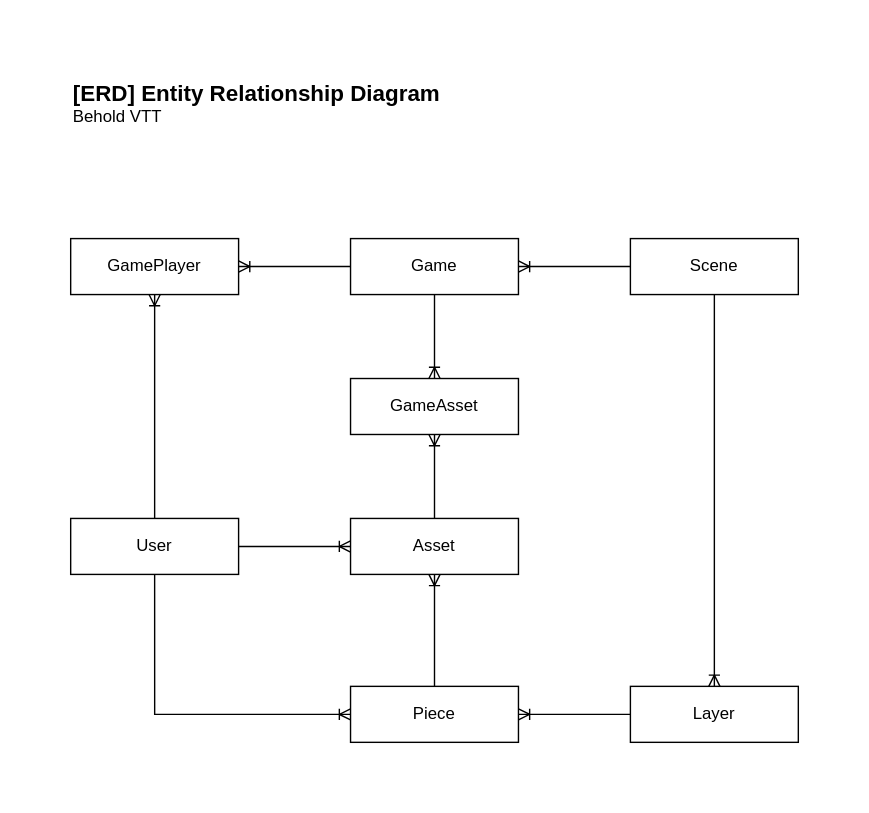
freeborough/behold keeps this draw.io diagram as doc/images/erd.drawio.svg. Above is the earlier version. Source tidied: cells renumbered, new cells last; positions are measured from the earlier drawing's top-left corner, leaving out a move shared by most shapes.
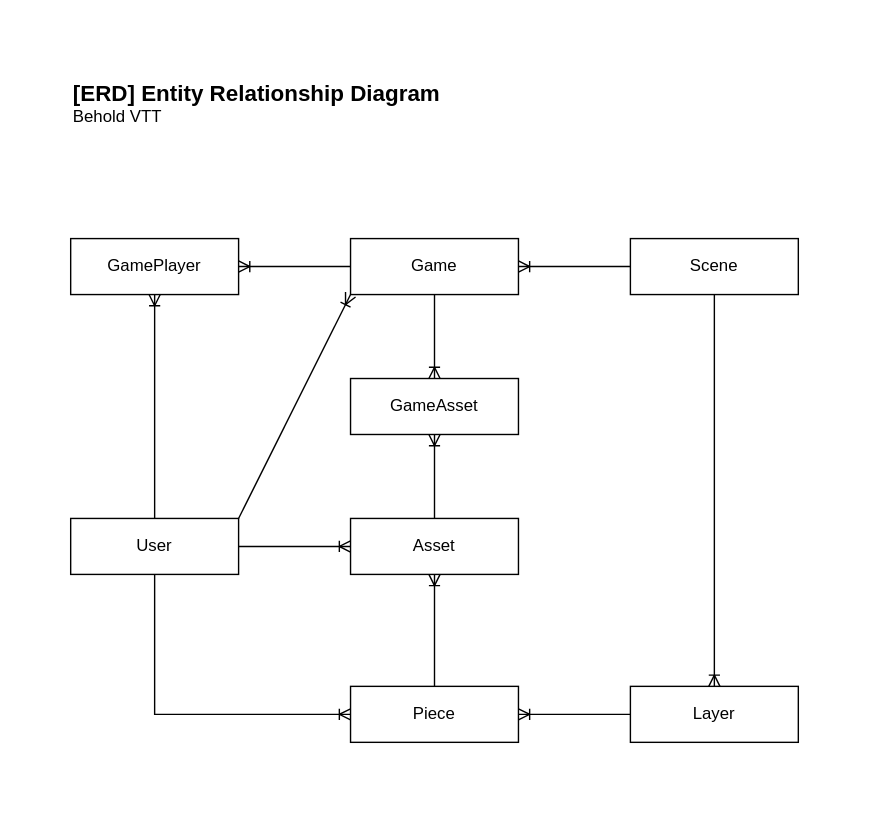
After the commit.

Commit message:
Added missing game owner relationship to ERD.

What changed in the source:
```diff
@@ -11,6 +11,9 @@
     <mxCell id="4" style="edgeStyle=orthogonalEdgeStyle;rounded=0;jettySize=auto;html=1;exitX=1;exitY=0.5;exitDx=0;exitDy=0;entryX=0;entryY=0.5;entryDx=0;entryDy=0;endArrow=none;endFill=0;startArrow=ERoneToMany;startFill=0;" parent="1" edge="1" source="5" target="8">
       <mxGeometry relative="1" as="geometry" />
     </mxCell>
+    <mxCell id="21" style="rounded=0;jettySize=auto;html=1;exitX=0;exitY=1;exitDx=0;exitDy=0;entryX=1;entryY=0;entryDx=0;entryDy=0;endArrow=none;endFill=0;startArrow=ERoneToMany;startFill=0;" parent="1" edge="1" source="5" target="2">
+      <mxGeometry relative="1" as="geometry" />
+    </mxCell>
     <mxCell id="5" value="Game" style="whiteSpace=wrap;html=1;align=center;" parent="1" vertex="1">
       <mxGeometry x="200" y="120" width="120" height="40" as="geometry" />
     </mxCell>
```
